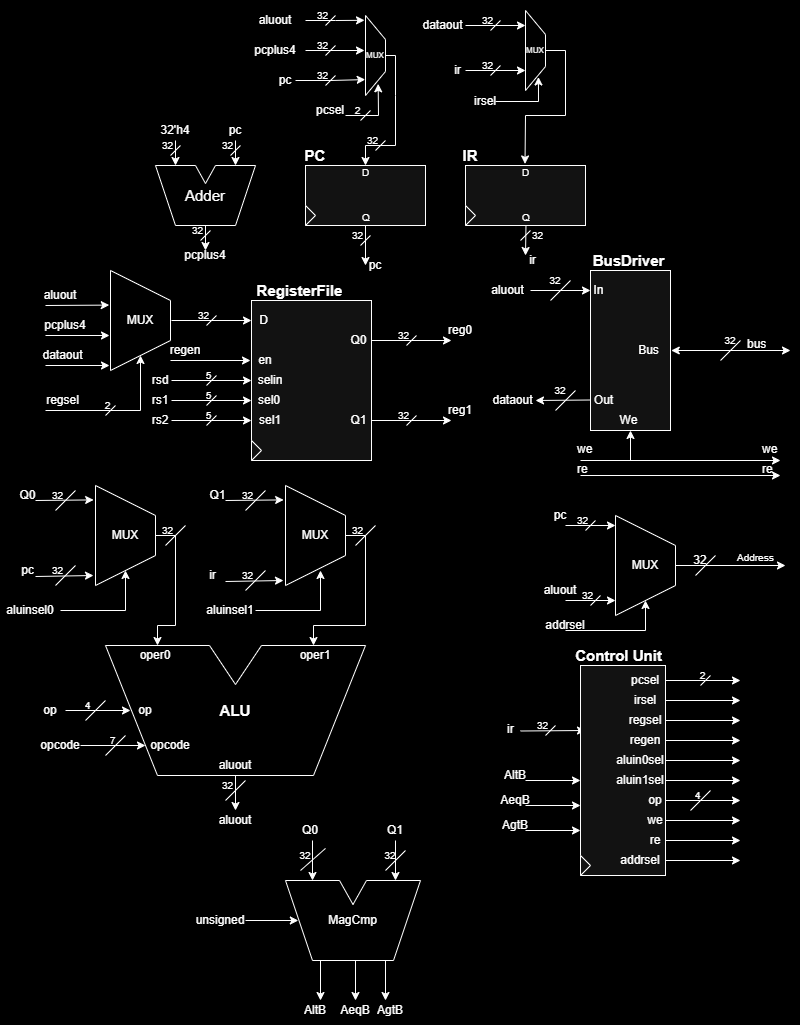
AryllPetersen/rv32I keeps this draw.io diagram as schematic.png. Above is the earlier version. Source tidied: cells renumbered, new cells last; positions are measured from the earlier drawing's top-left corner, leaving out a move shared by most shapes.
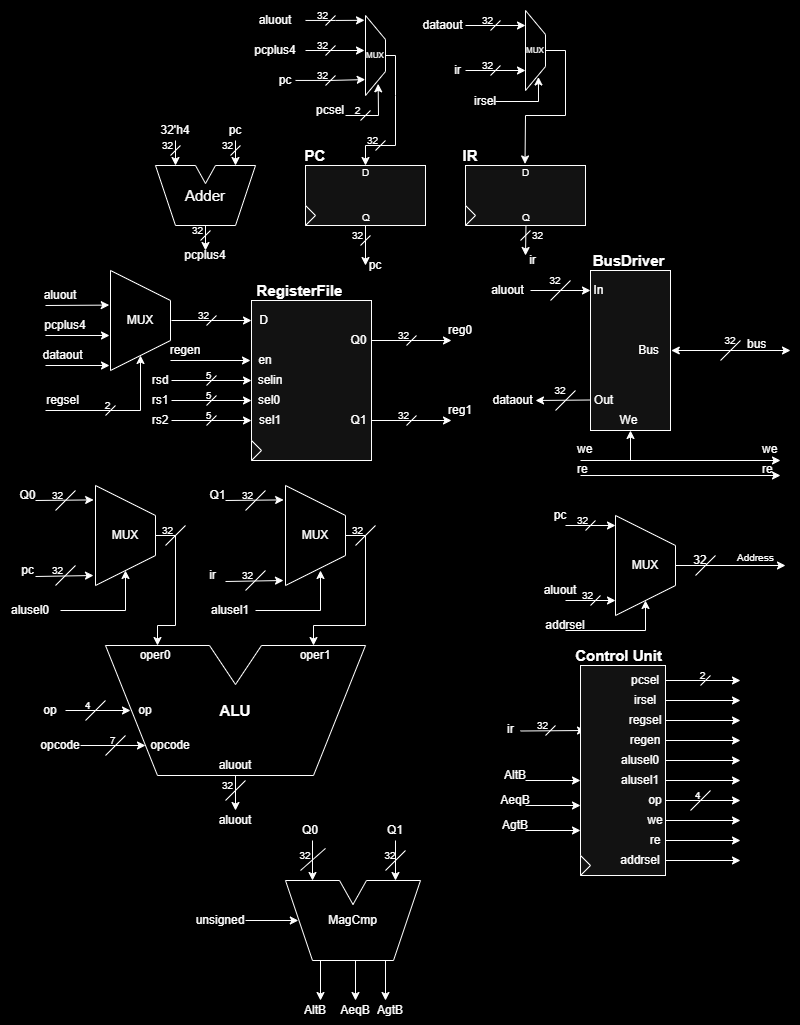
The same file after the commit.

Commit message:
updated schematic, header, and control unit

The edit, as a diff of the source:
```diff
@@ -535,10 +535,10 @@
     <mxCell id="126" value="aluout" style="text;html=1;align=center;verticalAlign=middle;whiteSpace=wrap;rounded=0;labelBackgroundColor=none;" parent="1" vertex="1">
       <mxGeometry x="205" y="805" width="60" height="30" as="geometry" />
     </mxCell>
-    <mxCell id="127" value="aluinsel0" style="text;html=1;align=center;verticalAlign=middle;whiteSpace=wrap;rounded=0;labelBackgroundColor=none;" parent="1" vertex="1">
+    <mxCell id="127" value="alusel0" style="text;html=1;align=center;verticalAlign=middle;whiteSpace=wrap;rounded=0;labelBackgroundColor=none;" parent="1" vertex="1">
       <mxGeometry y="595" width="60" height="30" as="geometry" />
     </mxCell>
-    <mxCell id="128" value="aluinsel1" style="text;html=1;align=center;verticalAlign=middle;whiteSpace=wrap;rounded=0;labelBackgroundColor=none;" parent="1" vertex="1">
+    <mxCell id="128" value="alusel1" style="text;html=1;align=center;verticalAlign=middle;whiteSpace=wrap;rounded=0;labelBackgroundColor=none;" parent="1" vertex="1">
       <mxGeometry x="200" y="595" width="60" height="30" as="geometry" />
     </mxCell>
     <mxCell id="129" style="endArrow=classic;html=1;rounded=0;entryX=0.5;entryY=0.85;entryDx=0;entryDy=0;entryPerimeter=0;labelBackgroundColor=none;fontColor=default;" parent="1" edge="1" target="72">
@@ -639,10 +639,10 @@
     <mxCell id="153" value="regsel" style="text;html=1;align=center;verticalAlign=middle;whiteSpace=wrap;rounded=0;labelBackgroundColor=none;" parent="1" vertex="1">
       <mxGeometry x="615" y="705" width="60" height="30" as="geometry" />
     </mxCell>
-    <mxCell id="154" value="aluin0sel" style="text;html=1;align=center;verticalAlign=middle;whiteSpace=wrap;rounded=0;labelBackgroundColor=none;" parent="1" vertex="1">
+    <mxCell id="154" value="alusel0" style="text;html=1;align=center;verticalAlign=middle;whiteSpace=wrap;rounded=0;labelBackgroundColor=none;" parent="1" vertex="1">
       <mxGeometry x="610" y="745" width="60" height="30" as="geometry" />
     </mxCell>
-    <mxCell id="155" value="aluin1sel" style="text;html=1;align=center;verticalAlign=middle;whiteSpace=wrap;rounded=0;labelBackgroundColor=none;" parent="1" vertex="1">
+    <mxCell id="155" value="alusel1" style="text;html=1;align=center;verticalAlign=middle;whiteSpace=wrap;rounded=0;labelBackgroundColor=none;" parent="1" vertex="1">
       <mxGeometry x="610" y="765" width="60" height="30" as="geometry" />
     </mxCell>
     <mxCell id="156" value="regen" style="text;html=1;align=center;verticalAlign=middle;whiteSpace=wrap;rounded=0;labelBackgroundColor=none;" parent="1" vertex="1">
```
